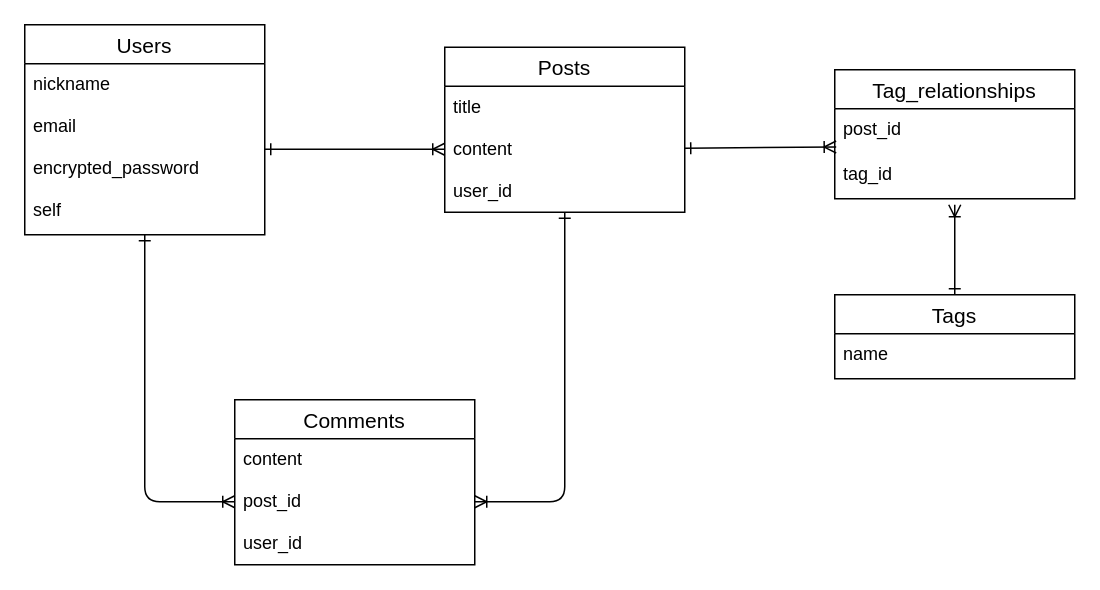
The draw.io diagram ER.dio in Tsukumo290/cat-app, before the edit. Source tidied: cells renumbered, new cells numbered last; positions are measured from the earlier drawing's top-left corner, leaving out a move shared by most shapes. Both pictures are drawn from the tidied source at 150%, with x=0, y=0 at pixel (24, 24).
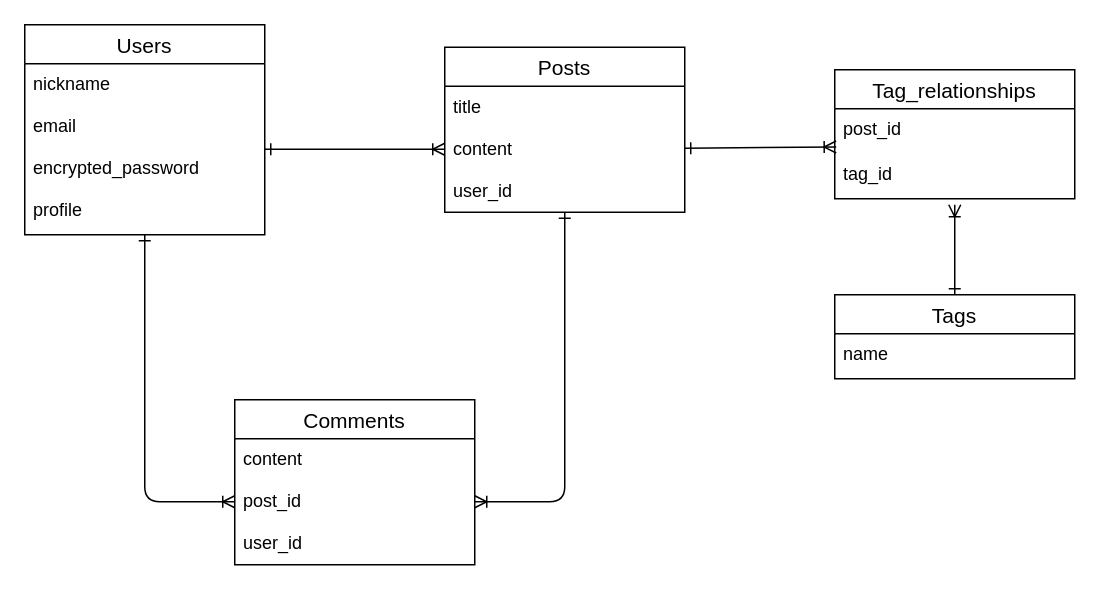
Above is the later version.

The change refers to these unchanged cells:
```xml
<mxCell id="2" value="Users" style="swimlane;fontStyle=0;horizontal=1;startSize=26;align=center;fontSize=14;" parent="1" vertex="1">
  <mxGeometry width="160" height="140" as="geometry" />
</mxCell>
```

Diff of the diagram source:
```diff
@@
-    <mxCell id="3" value="nickname&#10;&#10;email&#10;&#10;encrypted_password&#10;&#10;self" style="text;strokeColor=none;fillColor=none;spacingLeft=4;spacingRight=4;overflow=hidden;points=[[0,0.5],[1,0.5]];portConstraint=eastwest;fontSize=12;" parent="2" vertex="1">
+    <mxCell id="3" value="nickname&#10;&#10;email&#10;&#10;encrypted_password&#10;&#10;profile" style="text;strokeColor=none;fillColor=none;spacingLeft=4;spacingRight=4;overflow=hidden;points=[[0,0.5],[1,0.5]];portConstraint=eastwest;fontSize=12;" parent="2" vertex="1">
       <mxGeometry y="26" width="160" height="114" as="geometry" />
     </mxCell>
```
